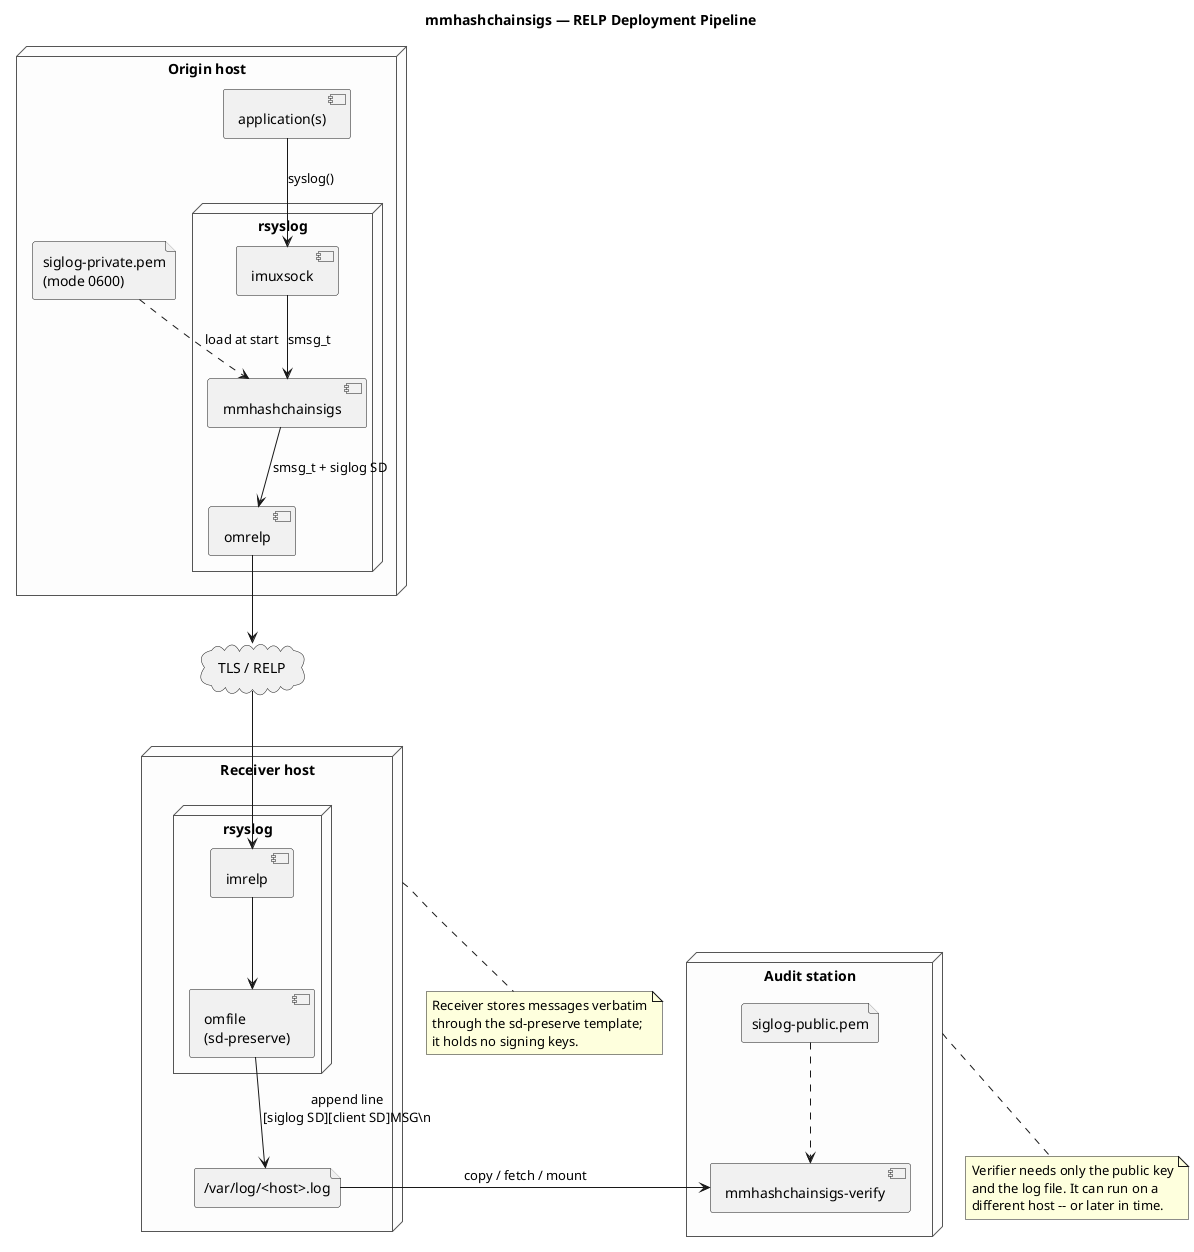
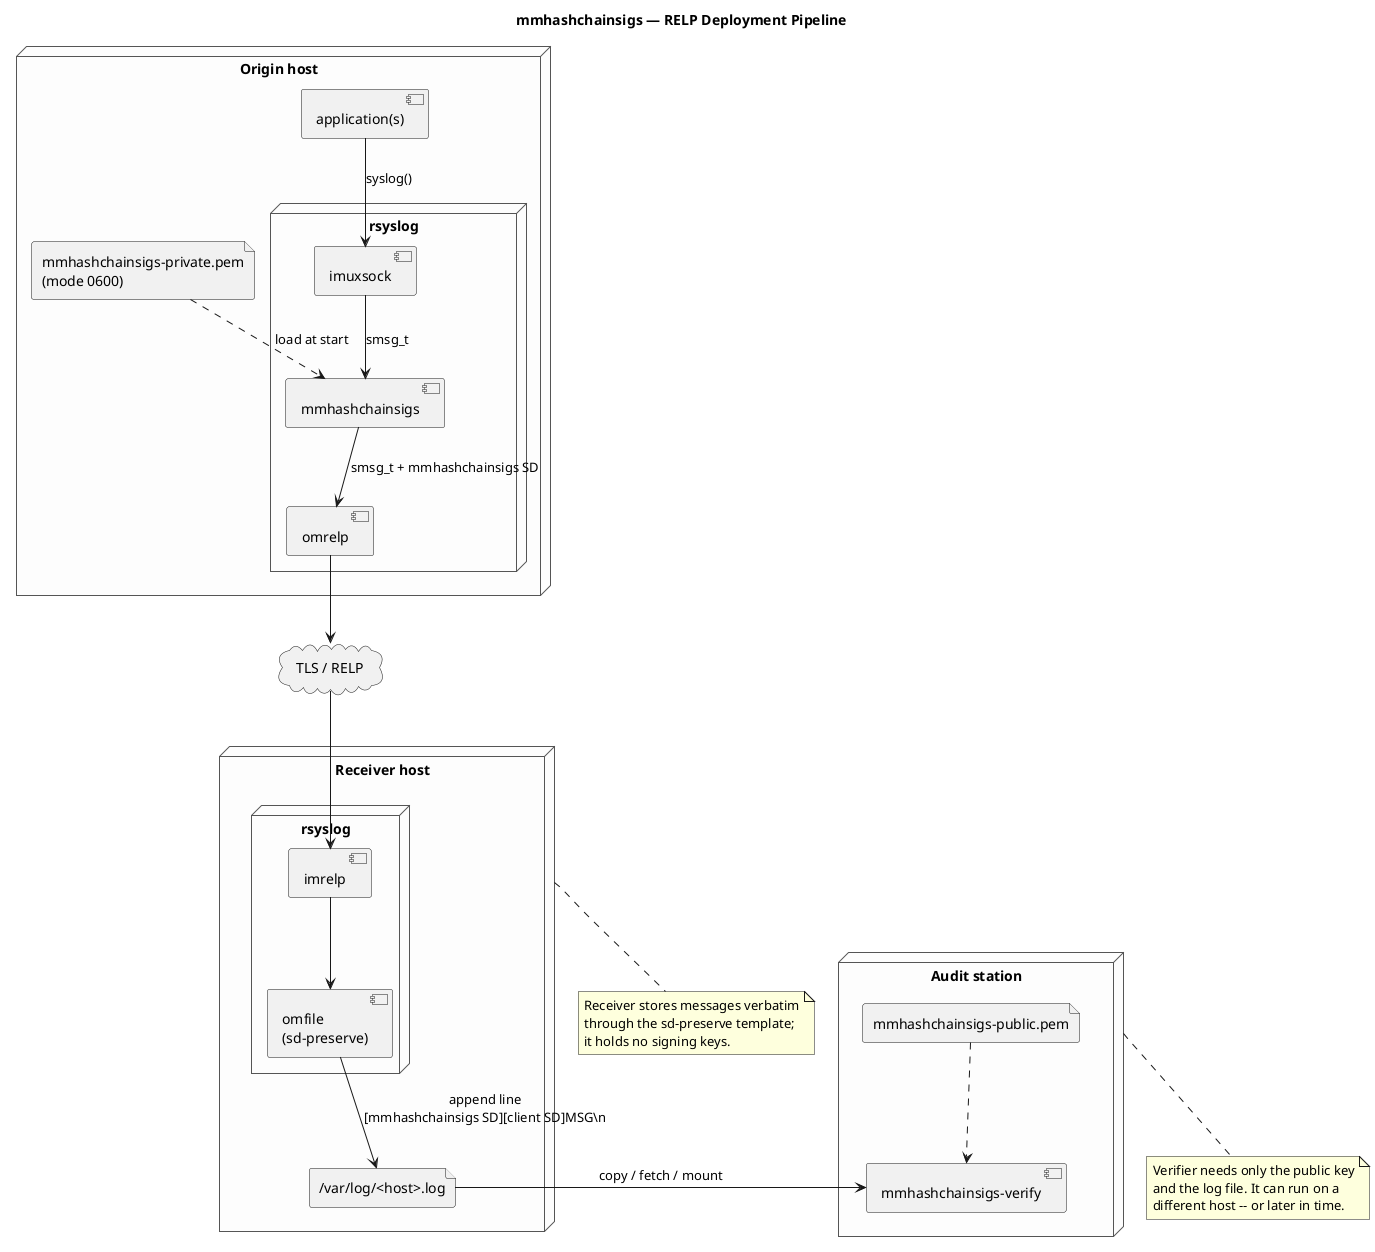
@startuml pipeline
title mmhashchainsigs — RELP Deployment Pipeline

skinparam shadowing false
skinparam node {
    BackgroundColor #fdfdfd
    BorderColor #555555
}

node "Origin host" as Origin {
    component "application(s)" as App
    node "rsyslog" as RsyslogA {
        component "imuxsock" as InA
        component "mmhashchainsigs" as MMA
        component "omrelp" as RelpOut
    }
-     file "siglog-private.pem\n(mode 0600)" as PrivKey
+     file "mmhashchainsigs-private.pem\n(mode 0600)" as PrivKey
}

cloud "TLS / RELP" as RELP

node "Receiver host" as Receiver {
    node "rsyslog" as RsyslogB {
        component "imrelp" as RelpIn
        component "omfile\n(sd-preserve)" as OmfileB
    }
    file "/var/log/<host>.log" as LogFile
}

node "Audit station" as Audit {
    component "mmhashchainsigs-verify" as Verifier
-     file "siglog-public.pem" as PubKey
+     file "mmhashchainsigs-public.pem" as PubKey
}

App --> InA : syslog()
InA --> MMA : smsg_t
- MMA --> RelpOut : smsg_t + siglog SD
+ MMA --> RelpOut : smsg_t + mmhashchainsigs SD
PrivKey ..> MMA : load at start
RelpOut --> RELP
RELP --> RelpIn
RelpIn --> OmfileB
- OmfileB --> LogFile : append line\n[siglog SD][client SD]MSG\\n
+ OmfileB --> LogFile : append line\n[mmhashchainsigs SD][client SD]MSG\\n

LogFile -> Verifier : copy / fetch / mount
PubKey ..> Verifier

note bottom of Receiver
  Receiver stores messages verbatim
  through the sd-preserve template;
  it holds no signing keys.
end note

note bottom of Audit
  Verifier needs only the public key
  and the log file. It can run on a
  different host -- or later in time.
end note

@enduml
